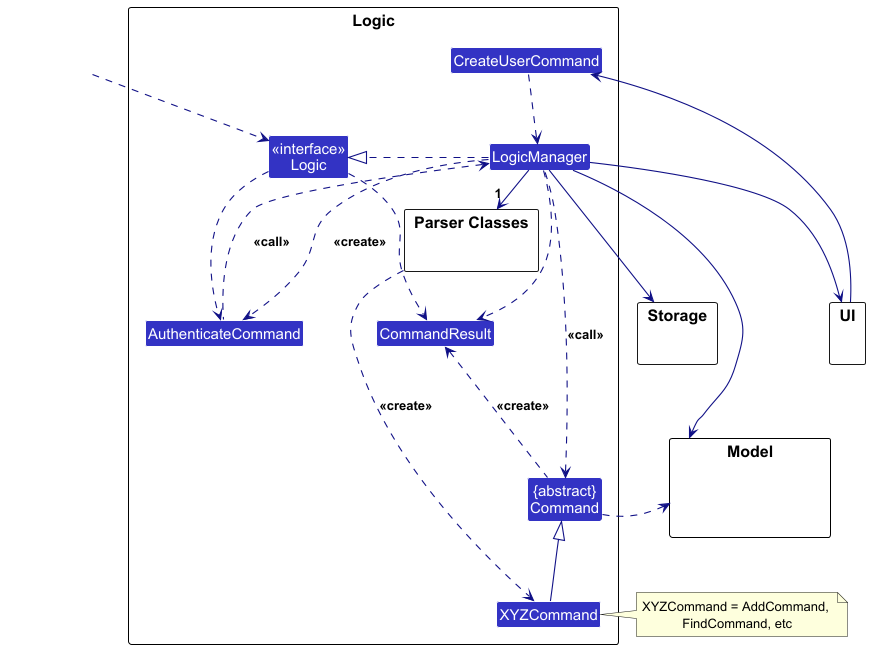
Above: docs/images/LogicClassDiagram.png in reuben-thomas/tp (PlantUML), before the change.
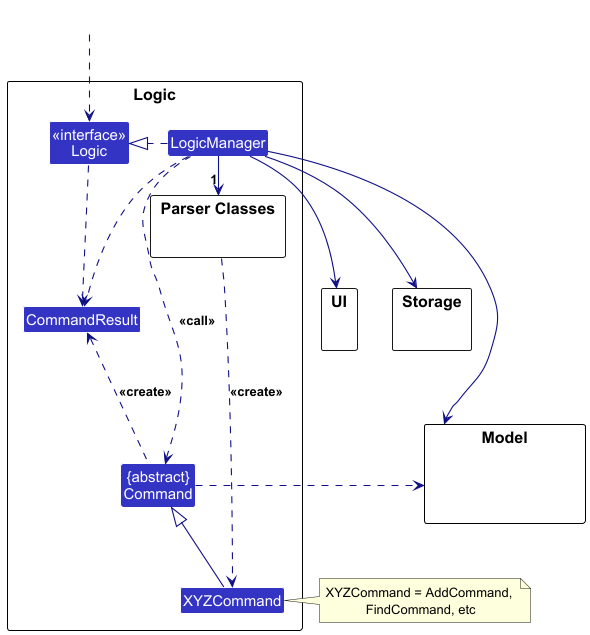
After the change.

The edit, as a diff of the source:
```diff
@@ -11,9 +11,6 @@
 Class XYZCommand
 Class CommandResult
 Class "{abstract}\nCommand" as Command
-Class AuthenticateCommand
-Class CreateUserCommand
-
 
 Class "<<interface>>\nLogic" as Logic
 Class LogicManager
@@ -52,11 +49,4 @@
 LogicManager .down.> CommandResult
 Command .up.> CommandResult : <<create>>
 
-Logic ..> AuthenticateCommand
-LogicManager ..> AuthenticateCommand  : <<create>>
-AuthenticateCommand .up.> LogicManager : <<call>>
-
-UI --> CreateUserCommand
-CreateUserCommand ..> LogicManager
-
 @enduml
```
